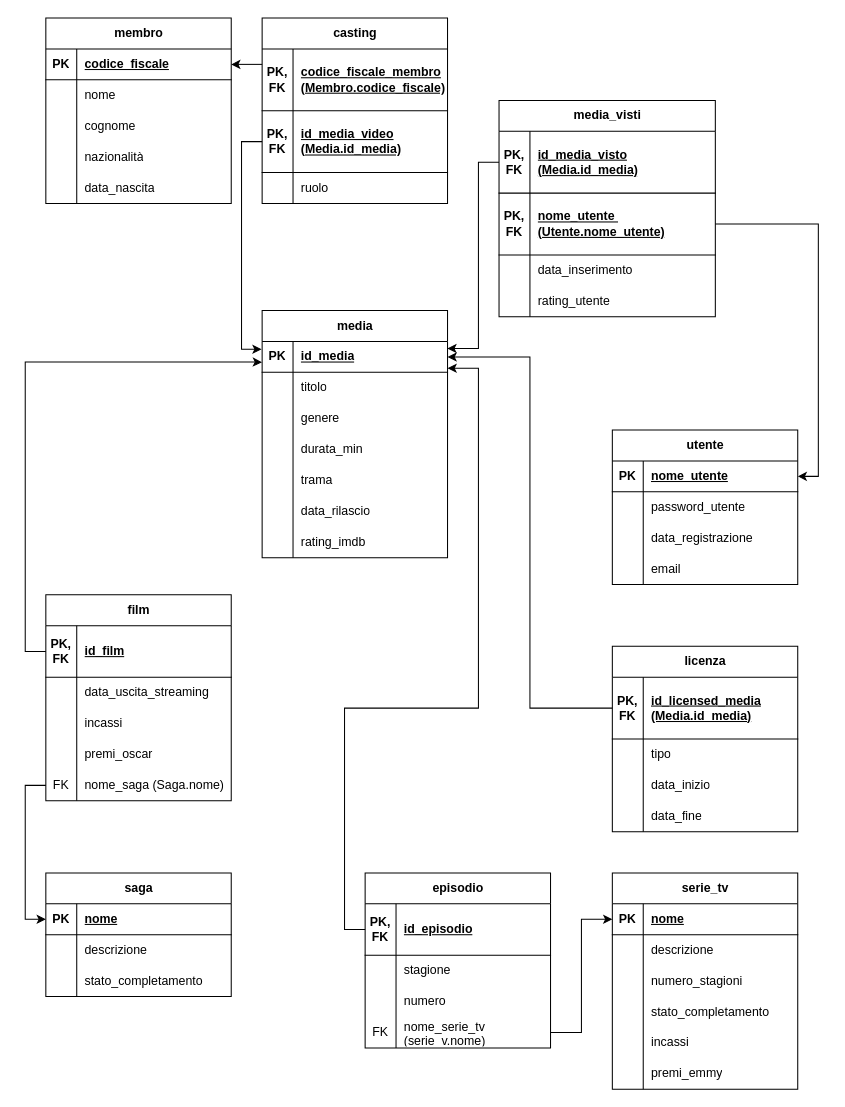
Above: drawio_diagrams/er_tabelle.drawio in aycollapse/basi_dati_2025 (draw.io), before the change. Source tidied: cells renumbered, new cells numbered last; positions are measured from the earlier drawing's top-left corner, leaving out a move shared by most shapes. Both pictures are drawn from the tidied source at 103%, with x=0, y=0 at pixel (25, 18).
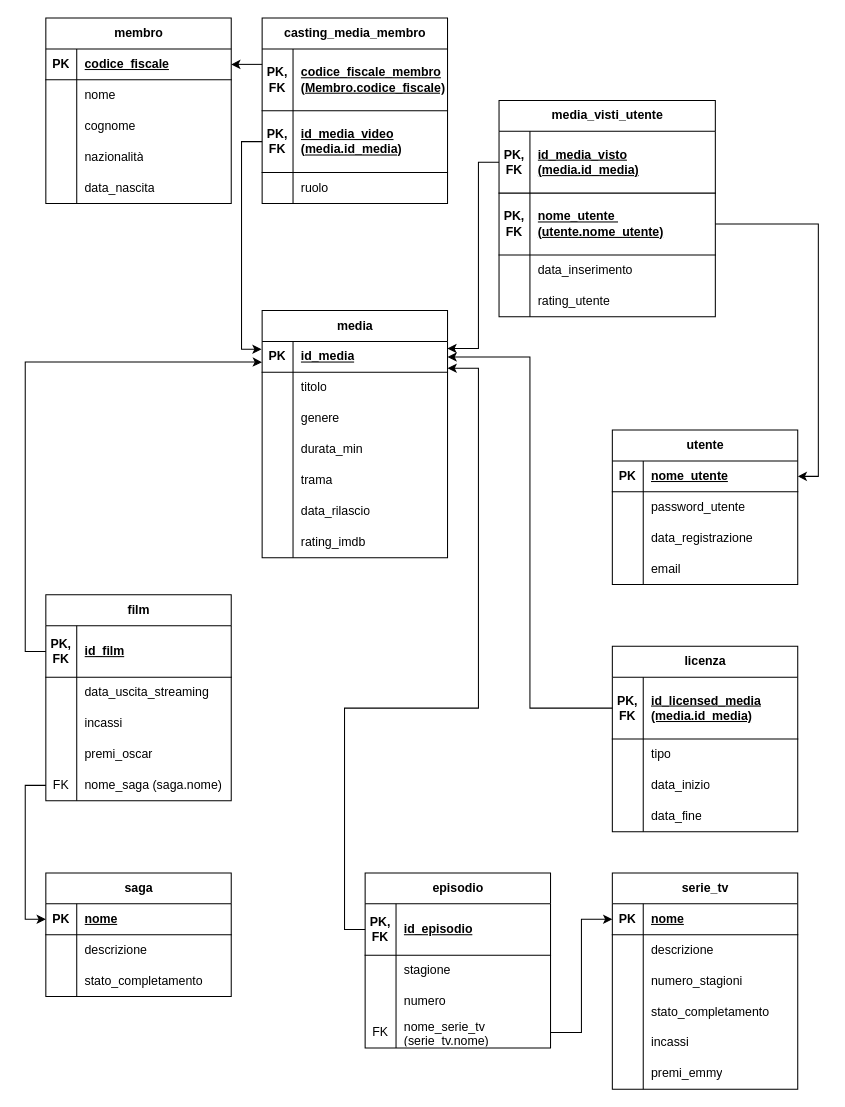
The same diagram, later.

Commit message (it also covers changes not shown here):
Precisato query 1 e sistemato nomi in er_tabelle, non modificato notion/readme/pdf

Unchanged cells that the change refers to:
```xml
<mxCell id="44" style="shape=tableRow;horizontal=0;startSize=0;swimlaneHead=0;swimlaneBody=0;fillColor=none;points=[[0,0.5],[1,0.5]];portConstraint=eastwest;top=0;left=0;right=0;bottom=0;" parent="31" vertex="1">
  <mxGeometry y="170" width="180" height="30" as="geometry" />
</mxCell>
<mxCell id="57" style="shape=tableRow;horizontal=0;startSize=0;swimlaneHead=0;swimlaneBody=0;fillColor=none;points=[[0,0.5],[1,0.5]];portConstraint=eastwest;top=0;left=0;right=0;bottom=0;" parent="47" vertex="1">
  <mxGeometry y="140" width="180" height="30" as="geometry" />
</mxCell>
<mxCell id="80" style="shape=tableRow;horizontal=0;startSize=0;swimlaneHead=0;swimlaneBody=0;fillColor=none;points=[[0,0.5],[1,0.5]];portConstraint=eastwest;top=0;left=0;right=0;bottom=1;" parent="76" vertex="1">
  <mxGeometry y="90" width="180" height="60" as="geometry" />
</mxCell>
<mxCell id="87" style="shape=tableRow;horizontal=0;startSize=0;swimlaneHead=0;swimlaneBody=0;fillColor=none;points=[[0,0.5],[1,0.5]];portConstraint=eastwest;top=0;left=0;right=0;bottom=1;" parent="86" vertex="1">
  <mxGeometry y="30" width="180" height="60" as="geometry" />
</mxCell>
<mxCell id="135" style="shape=tableRow;horizontal=0;startSize=0;swimlaneHead=0;swimlaneBody=0;fillColor=none;points=[[0,0.5],[1,0.5]];portConstraint=eastwest;top=0;left=0;right=0;bottom=1;" parent="134" vertex="1">
  <mxGeometry y="30" width="210" height="60" as="geometry" />
</mxCell>
<mxCell id="138" style="shape=tableRow;horizontal=0;startSize=0;swimlaneHead=0;swimlaneBody=0;fillColor=none;points=[[0,0.5],[1,0.5]];portConstraint=eastwest;top=0;left=0;right=0;bottom=1;" parent="134" vertex="1">
  <mxGeometry y="90" width="210" height="60" as="geometry" />
</mxCell>
```

What changed in the source:
```diff
@@
-    <mxCell id="46" value="nome_saga (Saga.nome)" style="shape=partialRectangle;fillColor=none;top=0;left=0;bottom=0;right=0;align=left;spacingLeft=6;overflow=hidden;whiteSpace=wrap;html=1;" parent="44" vertex="1">
+    <mxCell id="46" value="nome_saga (saga.nome)" style="shape=partialRectangle;fillColor=none;top=0;left=0;bottom=0;right=0;align=left;spacingLeft=6;overflow=hidden;whiteSpace=wrap;html=1;" parent="44" vertex="1">
       <mxGeometry x="30" width="150" height="30" as="geometry" />
     </mxCell>
@@
-    <mxCell id="59" value="nome_serie_tv (serie_v.nome)" style="shape=partialRectangle;fillColor=none;top=0;left=0;bottom=0;right=0;align=left;spacingLeft=6;overflow=hidden;whiteSpace=wrap;html=1;" parent="57" vertex="1">
+    <mxCell id="59" value="nome_serie_tv (serie_tv.nome)" style="shape=partialRectangle;fillColor=none;top=0;left=0;bottom=0;right=0;align=left;spacingLeft=6;overflow=hidden;whiteSpace=wrap;html=1;" parent="57" vertex="1">
       <mxGeometry x="30" width="150" height="30" as="geometry" />
     </mxCell>
@@
-    <mxCell id="76" value="casting" style="shape=table;startSize=30;childLayout=tableLayout;rowLines=0;fontStyle=1;align=center;html=1;" parent="1" vertex="1">
+    <mxCell id="76" value="casting_media_membro" style="shape=table;startSize=30;childLayout=tableLayout;rowLines=0;fontStyle=1;align=center;html=1;" parent="1" vertex="1">
       <mxGeometry x="230" width="180" height="180" as="geometry" />
     </mxCell>
@@
-    <mxCell id="82" value="id_media_video (Media.id_media)" style="shape=partialRectangle;fillColor=none;top=0;left=0;bottom=0;right=0;align=left;spacingLeft=6;fontStyle=5;overflow=hidden;whiteSpace=wrap;html=1;" parent="80" vertex="1">
+    <mxCell id="82" value="id_media_video (media.id_media)" style="shape=partialRectangle;fillColor=none;top=0;left=0;bottom=0;right=0;align=left;spacingLeft=6;fontStyle=5;overflow=hidden;whiteSpace=wrap;html=1;" parent="80" vertex="1">
       <mxGeometry x="30" width="150" height="60" as="geometry" />
     </mxCell>
@@
-    <mxCell id="89" value="id_licensed_media (Media.id_media)" style="shape=partialRectangle;fillColor=none;top=0;left=0;bottom=0;right=0;align=left;spacingLeft=6;fontStyle=5;overflow=hidden;whiteSpace=wrap;html=1;" parent="87" vertex="1">
+    <mxCell id="89" value="id_licensed_media (media.id_media)" style="shape=partialRectangle;fillColor=none;top=0;left=0;bottom=0;right=0;align=left;spacingLeft=6;fontStyle=5;overflow=hidden;whiteSpace=wrap;html=1;" parent="87" vertex="1">
       <mxGeometry x="30" width="150" height="60" as="geometry" />
     </mxCell>
@@
-    <mxCell id="134" value="media_visti" style="shape=table;startSize=30;childLayout=tableLayout;rowLines=0;fontStyle=1;align=center;html=1;" parent="1" vertex="1">
+    <mxCell id="134" value="media_visti_utente" style="shape=table;startSize=30;childLayout=tableLayout;rowLines=0;fontStyle=1;align=center;html=1;" parent="1" vertex="1">
       <mxGeometry x="460" y="80" width="210" height="210" as="geometry" />
     </mxCell>
@@
-    <mxCell id="137" value="id_media_visto (Media.id_media)" style="shape=partialRectangle;fillColor=none;top=0;left=0;bottom=0;right=0;align=left;spacingLeft=6;fontStyle=5;overflow=hidden;whiteSpace=wrap;html=1;" parent="135" vertex="1">
+    <mxCell id="137" value="id_media_visto (media.id_media)" style="shape=partialRectangle;fillColor=none;top=0;left=0;bottom=0;right=0;align=left;spacingLeft=6;fontStyle=5;overflow=hidden;whiteSpace=wrap;html=1;" parent="135" vertex="1">
       <mxGeometry x="30" width="180" height="60" as="geometry" />
     </mxCell>
@@
-    <mxCell id="140" value="&lt;div&gt;nome_utente&amp;nbsp;&lt;/div&gt;&lt;div&gt;(Utente.nome_utente)&lt;/div&gt;" style="shape=partialRectangle;fillColor=none;top=0;left=0;bottom=0;right=0;align=left;spacingLeft=6;fontStyle=5;overflow=hidden;whiteSpace=wrap;html=1;" parent="138" vertex="1">
+    <mxCell id="140" value="&lt;div&gt;nome_utente&amp;nbsp;&lt;/div&gt;&lt;div&gt;(utente.nome_utente)&lt;/div&gt;" style="shape=partialRectangle;fillColor=none;top=0;left=0;bottom=0;right=0;align=left;spacingLeft=6;fontStyle=5;overflow=hidden;whiteSpace=wrap;html=1;" parent="138" vertex="1">
       <mxGeometry x="30" width="180" height="60" as="geometry" />
     </mxCell>
```
